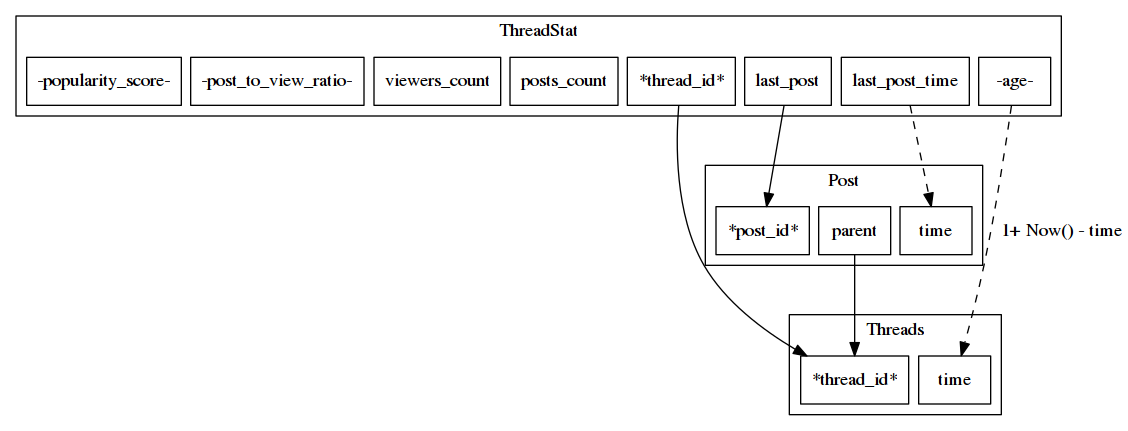
Earlier version of the Graphviz export pages/graph/erd/threadstats.png (cc98-frontend-development/API). Its source is kept beside it as pages/graph/erd/threadstats.dot. Its diagram source:
```dot
strict digraph g {
	node [ shape = box ];
	nodesep = 0.1;
	ranksep = 1;

	subgraph cluster_thread_stat {
		label = "ThreadStat";
		node_a_thread_stat_thread_id [ label = "*thread_id*" ];
		node_a_thread_stat_last_post [ label = "last_post" ];
		node_a_thread_stat_last_post_time [ label = "last_post_time" ];
		node_a_thread_stat_age            [ label = "-age-" ];
		node_a_thread_stat_posts_count    [ label = "posts_count" ];
		node_a_thread_stat_viewers_count  [ label = "viewers_count" ];
		node_a_thread_stat_post_to_view_ratio [ label = "-post_to_view_ratio-" ];
		node_a_thread_stat_popularity_score   [ label = "-popularity_score-" ];
	}

	subgraph cluster_thread {
		label = "Threads";
		node_a_thread_thread_id             [ label = "*thread_id*" ];
		node_a_thread_time                  [ label = "time" ];
	}

	subgraph cluster_post {
		label = "Post";
		node_a_post_post_id      [ label = "*post_id*" ];
		node_a_post_parent       [ label = "parent" ];
		node_a_post_time         [ label = "time" ];
	}

	node_a_thread_stat_thread_id -> node_a_thread_thread_id;
	node_a_thread_stat_last_post -> node_a_post_post_id;
	node_a_thread_stat_last_post_time -> node_a_post_time [ style = dashed ];
	node_a_thread_stat_age -> node_a_thread_time [ label = "1+ Now() - time", style = dashed ];

	node_a_post_parent -> node_a_thread_thread_id;
}
```
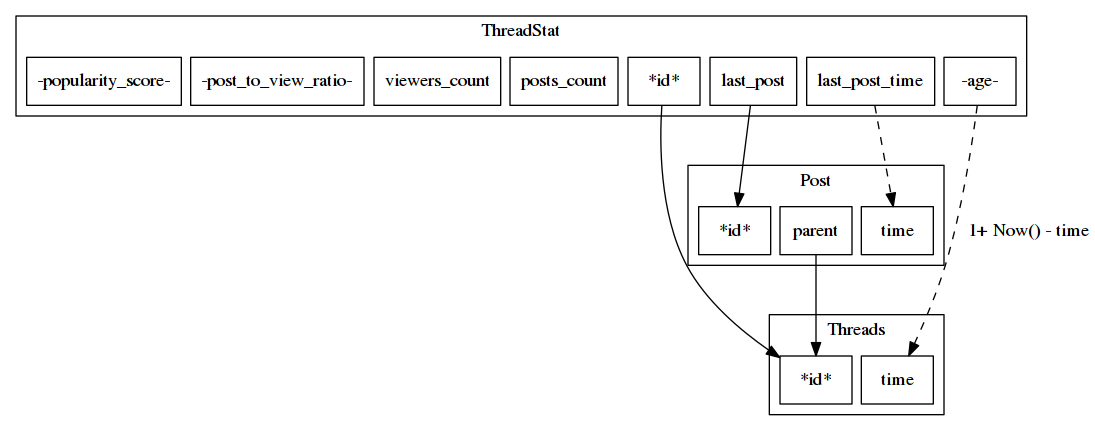
The same diagram one commit later.

Diff of the diagram source:
```diff
@@ -5,33 +5,33 @@
 
 	subgraph cluster_thread_stat {
 		label = "ThreadStat";
-		node_a_thread_stat_thread_id [ label = "*thread_id*" ];
-		node_a_thread_stat_last_post [ label = "last_post" ];
-		node_a_thread_stat_last_post_time [ label = "last_post_time" ];
-		node_a_thread_stat_age            [ label = "-age-" ];
-		node_a_thread_stat_posts_count    [ label = "posts_count" ];
-		node_a_thread_stat_viewers_count  [ label = "viewers_count" ];
+		node_a_thread_stat_id                 [ label = "*id*" ];
+		node_a_thread_stat_last_post          [ label = "last_post" ];
+		node_a_thread_stat_last_post_time     [ label = "last_post_time" ];
+		node_a_thread_stat_age                [ label = "-age-" ];
+		node_a_thread_stat_posts_count        [ label = "posts_count" ];
+		node_a_thread_stat_viewers_count      [ label = "viewers_count" ];
 		node_a_thread_stat_post_to_view_ratio [ label = "-post_to_view_ratio-" ];
 		node_a_thread_stat_popularity_score   [ label = "-popularity_score-" ];
 	}
 
 	subgraph cluster_thread {
 		label = "Threads";
-		node_a_thread_thread_id             [ label = "*thread_id*" ];
+		node_a_thread_id                    [ label = "*id*" ];
 		node_a_thread_time                  [ label = "time" ];
 	}
 
 	subgraph cluster_post {
 		label = "Post";
-		node_a_post_post_id      [ label = "*post_id*" ];
+		node_a_post_id           [ label = "*id*" ];
 		node_a_post_parent       [ label = "parent" ];
 		node_a_post_time         [ label = "time" ];
 	}
 
-	node_a_thread_stat_thread_id -> node_a_thread_thread_id;
-	node_a_thread_stat_last_post -> node_a_post_post_id;
+	node_a_thread_stat_id -> node_a_thread_id;
+	node_a_thread_stat_last_post -> node_a_post_id;
 	node_a_thread_stat_last_post_time -> node_a_post_time [ style = dashed ];
 	node_a_thread_stat_age -> node_a_thread_time [ label = "1+ Now() - time", style = dashed ];
 
-	node_a_post_parent -> node_a_thread_thread_id;
+	node_a_post_parent -> node_a_thread_id;
 }
```
